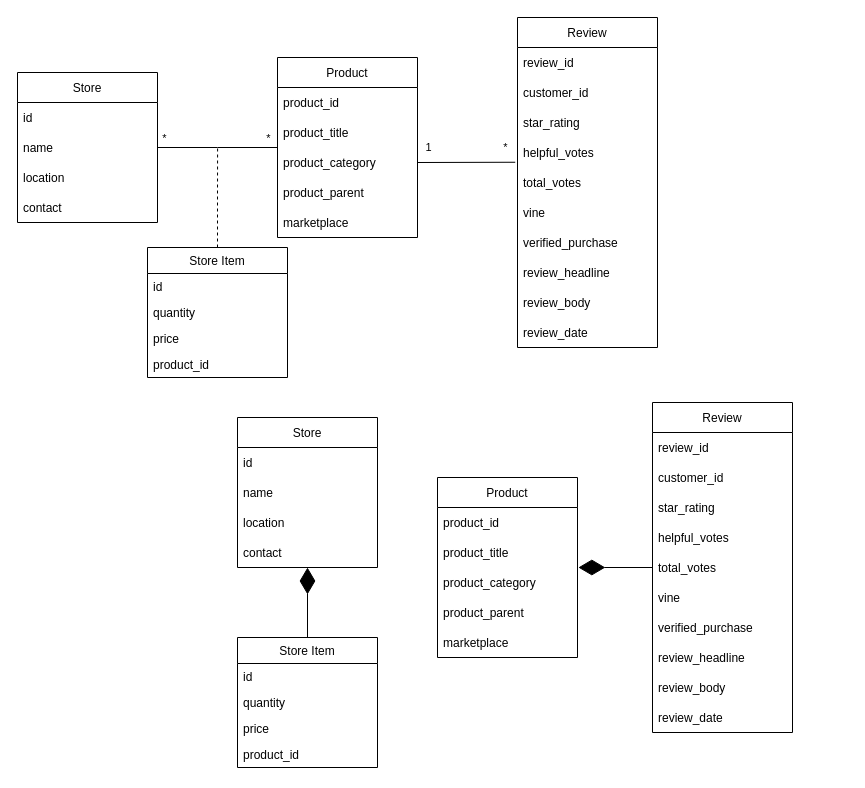
Earlier version of the draw.io diagram page "Page-2" (2 of 2) of final_draft.drawio (francisco-rente/FEUP-BDNR). Source tidied: cells renumbered, new cells numbered last; positions are measured from the earlier drawing's top-left corner, leaving out a move shared by most shapes. Both pictures are drawn from the tidied source at 100%, with x=0, y=0 at pixel (17, 17).
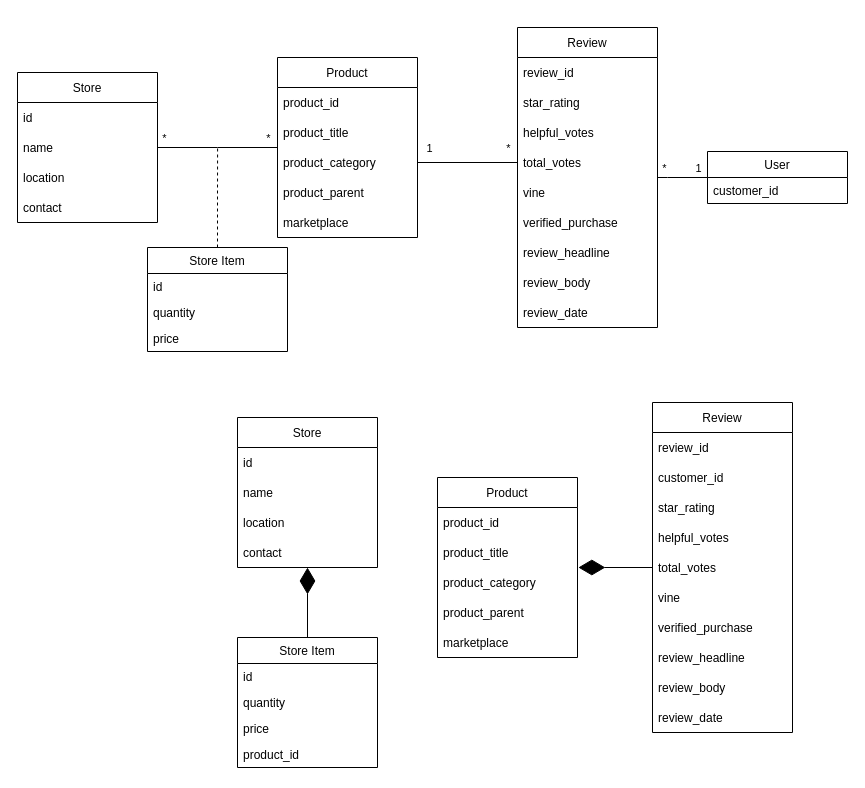
Above is the later version.

Commit message (it also covers changes not shown here):
Adds User entity to conceptual model final_draft.drawio

Unchanged cells that the change refers to:
```xml
<mxCell id="5" value="product_category" style="text;strokeColor=none;fillColor=none;align=left;verticalAlign=middle;spacingLeft=4;spacingRight=4;overflow=hidden;points=[[0,0.5],[1,0.5]];portConstraint=eastwest;" parent="2" vertex="1">
  <mxGeometry y="90" width="140" height="30" as="geometry" />
</mxCell>
```

Diff of the diagram source:
```diff
@@
     <mxCell id="8" value="Review" style="swimlane;fontStyle=0;horizontal=1;startSize=30;" parent="1" vertex="1">
-      <mxGeometry x="500" width="140" height="330" as="geometry" />
+      <mxGeometry x="500" y="10" width="140" height="300" as="geometry" />
     </mxCell>
@@
-    <mxCell id="10" value="customer_id" style="text;strokeColor=none;fillColor=none;align=left;verticalAlign=middle;spacingLeft=4;spacingRight=4;overflow=hidden;" parent="8" vertex="1">
-      <mxGeometry y="60" width="140" height="30" as="geometry" />
-    </mxCell>
     <mxCell id="11" value="star_rating" style="text;strokeColor=none;fillColor=none;align=left;verticalAlign=middle;spacingLeft=4;spacingRight=4;overflow=hidden;" parent="8" vertex="1">
-      <mxGeometry y="90" width="140" height="30" as="geometry" />
+      <mxGeometry y="60" width="140" height="30" as="geometry" />
     </mxCell>
     <mxCell id="12" value="helpful_votes" style="text;strokeColor=none;fillColor=none;align=left;verticalAlign=middle;spacingLeft=4;spacingRight=4;overflow=hidden;points=[[0,0.5],[1,0.5]];portConstraint=eastwest;" parent="8" vertex="1">
-      <mxGeometry y="120" width="140" height="30" as="geometry" />
+      <mxGeometry y="90" width="140" height="30" as="geometry" />
     </mxCell>
     <mxCell id="13" value="total_votes" style="text;strokeColor=none;fillColor=none;align=left;verticalAlign=middle;spacingLeft=4;spacingRight=4;overflow=hidden;points=[[0,0.5],[1,0.5]];portConstraint=eastwest;" parent="8" vertex="1">
-      <mxGeometry y="150" width="140" height="30" as="geometry" />
+      <mxGeometry y="120" width="140" height="30" as="geometry" />
     </mxCell>
     <mxCell id="14" value="vine" style="text;strokeColor=none;fillColor=none;align=left;verticalAlign=middle;spacingLeft=4;spacingRight=4;overflow=hidden;points=[[0,0.5],[1,0.5]];portConstraint=eastwest;" parent="8" vertex="1">
-      <mxGeometry y="180" width="140" height="30" as="geometry" />
+      <mxGeometry y="150" width="140" height="30" as="geometry" />
     </mxCell>
     <mxCell id="15" value="verified_purchase" style="text;strokeColor=none;fillColor=none;align=left;verticalAlign=middle;spacingLeft=4;spacingRight=4;overflow=hidden;" parent="8" vertex="1">
-      <mxGeometry y="210" width="140" height="30" as="geometry" />
+      <mxGeometry y="180" width="140" height="30" as="geometry" />
     </mxCell>
     <mxCell id="16" value="review_headline" style="text;strokeColor=none;fillColor=none;align=left;verticalAlign=middle;spacingLeft=4;spacingRight=4;overflow=hidden;" parent="8" vertex="1">
-      <mxGeometry y="240" width="140" height="30" as="geometry" />
+      <mxGeometry y="210" width="140" height="30" as="geometry" />
     </mxCell>
     <mxCell id="17" value="review_body" style="text;strokeColor=none;fillColor=none;align=left;verticalAlign=middle;spacingLeft=4;spacingRight=4;overflow=hidden;" parent="8" vertex="1">
-      <mxGeometry y="270" width="140" height="30" as="geometry" />
+      <mxGeometry y="240" width="140" height="30" as="geometry" />
     </mxCell>
     <mxCell id="18" value="review_date" style="text;strokeColor=none;fillColor=none;align=left;verticalAlign=middle;spacingLeft=4;spacingRight=4;overflow=hidden;" parent="8" vertex="1">
-      <mxGeometry y="300" width="140" height="30" as="geometry" />
+      <mxGeometry y="270" width="140" height="30" as="geometry" />
     </mxCell>
@@
     <mxCell id="20" value="Store Item" style="swimlane;fontStyle=0;horizontal=1;startSize=26;fillColor=none;" parent="1" vertex="1">
-      <mxGeometry x="130" y="230" width="140" height="130" as="geometry" />
+      <mxGeometry x="130" y="230" width="140" height="104" as="geometry" />
     </mxCell>
@@
-    <mxCell id="24" value="product_id" style="text;strokeColor=none;fillColor=none;align=left;verticalAlign=top;spacingLeft=4;spacingRight=4;overflow=hidden;" parent="20" vertex="1">
-      <mxGeometry y="104" width="140" height="26" as="geometry" />
-    </mxCell>
@@
-    <mxCell id="33" style="endArrow=none;endFill=0;endSize=24;html=1;rounded=0;exitX=-0.016;exitY=0.825;exitDx=0;exitDy=0;exitPerimeter=0;entryX=1;entryY=0.5;entryDx=0;entryDy=0;" parent="1" edge="1" source="12" target="5">
+    <mxCell id="33" style="endArrow=none;endFill=0;endSize=24;html=1;rounded=0;exitX=0;exitY=0.5;exitDx=0;exitDy=0;entryX=1;entryY=0.5;entryDx=0;entryDy=0;" parent="1" edge="1" source="13" target="5">
       <mxGeometry relative="1" as="geometry" />
     </mxCell>
@@
+    <mxCell id="65" style="edgeStyle=orthogonalEdgeStyle;rounded=0;jettySize=auto;html=1;exitX=0;exitY=0.5;exitDx=0;exitDy=0;entryX=1;entryY=0;entryDx=0;entryDy=0;entryPerimeter=0;endArrow=none;endFill=0;" parent="1" edge="1" source="68" target="14">
+      <mxGeometry relative="1" as="geometry">
+        <Array as="points">
+          <mxPoint x="650" y="160" />
+          <mxPoint x="650" y="160" />
+        </Array>
+      </mxGeometry>
+    </mxCell>
+    <mxCell id="66" value="*" style="edgeLabel;html=1;align=center;verticalAlign=middle;" parent="65" vertex="1">
+      <mxGeometry x="0.77" y="1" relative="1" as="geometry">
+        <mxPoint y="-11" as="offset" />
+      </mxGeometry>
+    </mxCell>
+    <mxCell id="67" value="1" style="edgeLabel;html=1;align=center;verticalAlign=middle;" parent="65" vertex="1">
+      <mxGeometry x="-0.8" y="-1" relative="1" as="geometry">
+        <mxPoint x="-5" y="-9" as="offset" />
+      </mxGeometry>
+    </mxCell>
+    <mxCell id="68" value="User" style="swimlane;fontStyle=0;horizontal=1;startSize=26;fillColor=none;" parent="1" vertex="1">
+      <mxGeometry x="690" y="134" width="140" height="52" as="geometry" />
+    </mxCell>
+    <mxCell id="10" value="customer_id" style="text;strokeColor=none;fillColor=none;align=left;verticalAlign=top;spacingLeft=4;spacingRight=4;overflow=hidden;" parent="68" vertex="1">
+      <mxGeometry y="26" width="140" height="26" as="geometry" />
+    </mxCell>
```
